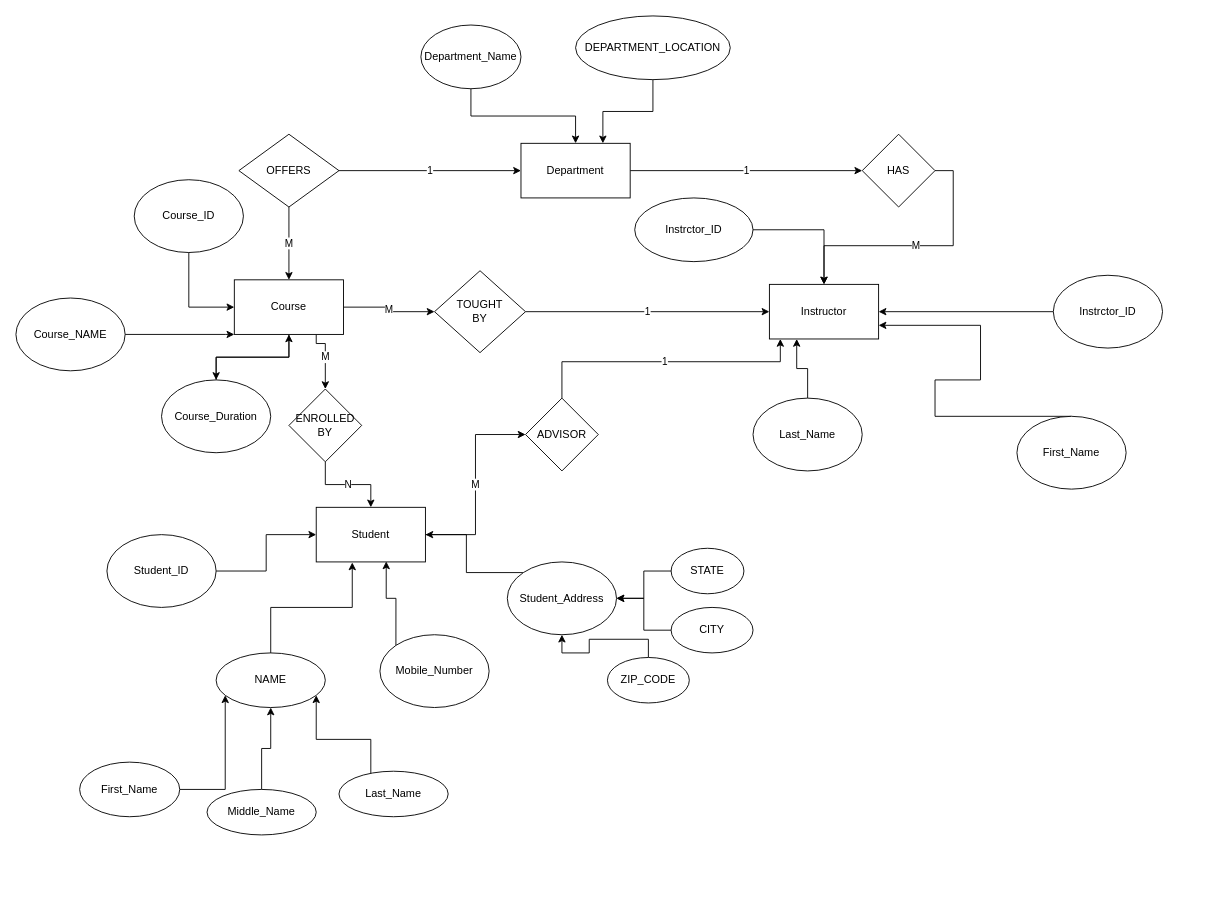
The draw.io diagram Untitled Diagram.drawio in vaibhav31s/lecture0, before the edit. Source tidied: cells renumbered, new cells numbered last; positions are measured from the earlier drawing's top-left corner, leaving out a move shared by most shapes. Both pictures are drawn from the tidied source at 91%, with x=0, y=0 at pixel (15, 15).
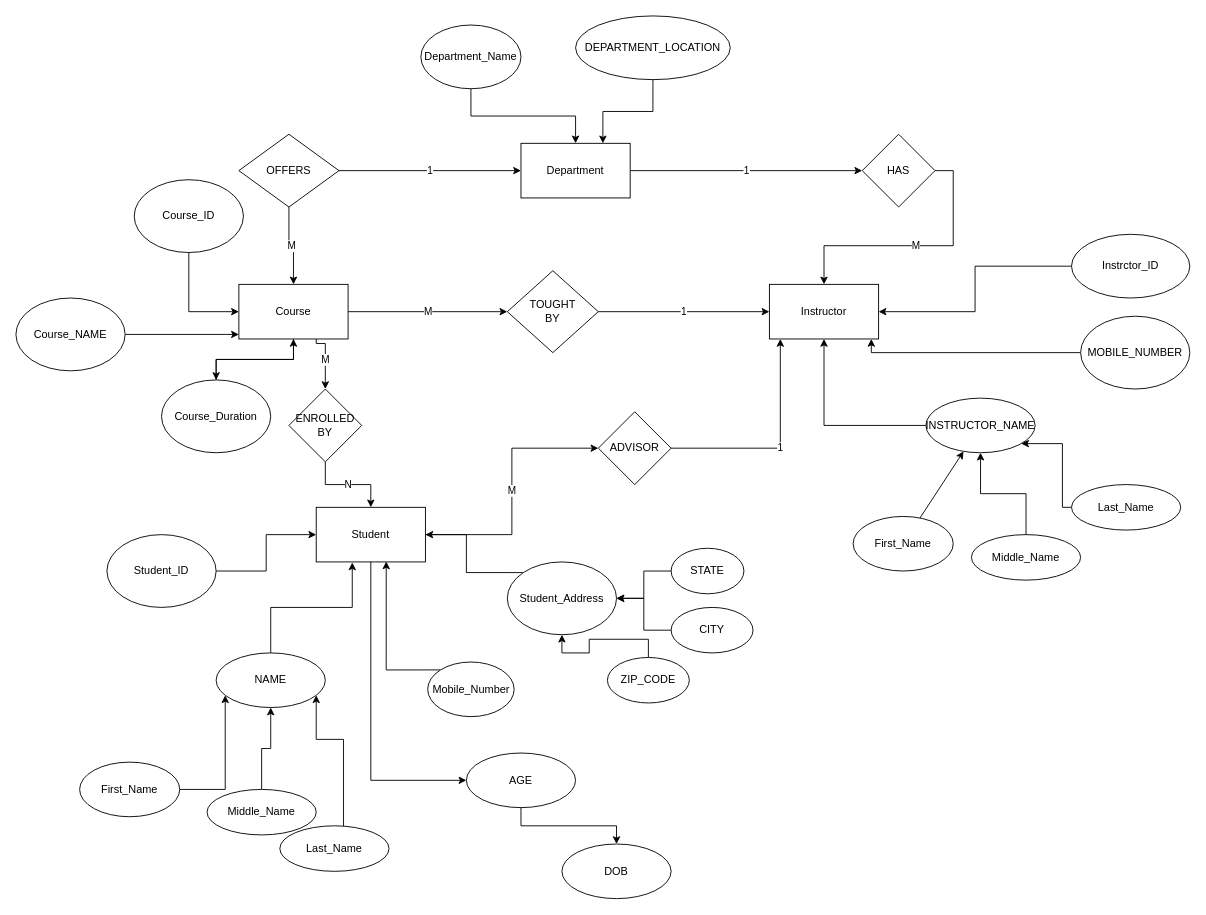
Above is the later version.

Commit message:
college_managment_system

Unchanged cells that the change refers to:
```xml
<mxCell id="8" value="Instructor" style="rounded=0;whiteSpace=wrap;html=1;" parent="1" vertex="1">
  <mxGeometry x="828" y="295" width="120" height="60" as="geometry" />
</mxCell>
<mxCell id="10" value="Student" style="rounded=0;whiteSpace=wrap;html=1;" parent="1" vertex="1">
  <mxGeometry x="330" y="540" width="120" height="60" as="geometry" />
</mxCell>
<mxCell id="53" value="NAME" style="ellipse;whiteSpace=wrap;html=1;" parent="1" vertex="1">
  <mxGeometry x="220" y="700" width="120" height="60" as="geometry" />
</mxCell>
```

Diff of the diagram source:
```diff
@@
     <mxCell id="7" value="Course" style="rounded=0;whiteSpace=wrap;html=1;" parent="1" vertex="1">
-      <mxGeometry x="240" y="290" width="120" height="60" as="geometry" />
+      <mxGeometry x="245" y="295" width="120" height="60" as="geometry" />
     </mxCell>
@@
+    <mxCell id="60" style="edgeStyle=orthogonalEdgeStyle;rounded=0;jettySize=auto;html=1;" parent="1" edge="1" source="10" target="62">
+      <mxGeometry relative="1" as="geometry">
+        <Array as="points">
+          <mxPoint x="390" y="840" />
+        </Array>
+      </mxGeometry>
+    </mxCell>
@@
     <mxCell id="22" value="Instrctor_ID" style="ellipse;whiteSpace=wrap;html=1;" parent="1" vertex="1">
-      <mxGeometry x="680" y="200" width="130" height="70" as="geometry" />
+      <mxGeometry x="1160" y="240" width="130" height="70" as="geometry" />
     </mxCell>
     <mxCell id="23" style="edgeStyle=orthogonalEdgeStyle;rounded=0;jettySize=auto;html=1;" parent="1" edge="1" source="24" target="8">
-      <mxGeometry relative="1" as="geometry" />
+      <mxGeometry relative="1" as="geometry">
+        <Array as="points">
+          <mxPoint x="940" y="370" />
+        </Array>
+      </mxGeometry>
     </mxCell>
-    <mxCell id="24" value="Instrctor_ID" style="ellipse;whiteSpace=wrap;html=1;" parent="1" vertex="1">
-      <mxGeometry x="1140" y="285" width="120" height="80" as="geometry" />
+    <mxCell id="24" value="MOBILE_NUMBER" style="ellipse;whiteSpace=wrap;html=1;" parent="1" vertex="1">
+      <mxGeometry x="1170" y="330" width="120" height="80" as="geometry" />
     </mxCell>
-    <mxCell id="25" style="edgeStyle=orthogonalEdgeStyle;rounded=0;jettySize=auto;html=1;exitX=0.5;exitY=0;exitDx=0;exitDy=0;" parent="1" edge="1" source="26" target="8">
-      <mxGeometry relative="1" as="geometry">
-        <Array as="points">
-          <mxPoint x="1010" y="400" />
-          <mxPoint x="1060" y="400" />
-          <mxPoint x="1060" y="340" />
-        </Array>
-      </mxGeometry>
-    </mxCell>
-    <mxCell id="26" value="First_Name" style="ellipse;whiteSpace=wrap;html=1;" parent="1" vertex="1">
-      <mxGeometry x="1100" y="440" width="120" height="80" as="geometry" />
-    </mxCell>
-    <mxCell id="27" style="edgeStyle=orthogonalEdgeStyle;rounded=0;jettySize=auto;html=1;exitX=0.5;exitY=0;exitDx=0;exitDy=0;entryX=0.25;entryY=1;entryDx=0;entryDy=0;" parent="1" edge="1" source="28" target="8">
-      <mxGeometry relative="1" as="geometry" />
-    </mxCell>
-    <mxCell id="28" value="Last_Name" style="ellipse;whiteSpace=wrap;html=1;" parent="1" vertex="1">
-      <mxGeometry x="810" y="420" width="120" height="80" as="geometry" />
-    </mxCell>
@@
     <mxCell id="34" value="Mobile_Number" style="ellipse;whiteSpace=wrap;html=1;" parent="1" vertex="1">
-      <mxGeometry x="400" y="680" width="120" height="80" as="geometry" />
+      <mxGeometry x="452.5" y="710" width="95" height="60" as="geometry" />
     </mxCell>
@@
     <mxCell id="37" style="edgeStyle=orthogonalEdgeStyle;rounded=0;jettySize=auto;html=1;" parent="1" edge="1" source="38" target="53">
       <mxGeometry relative="1" as="geometry">
         <Array as="points">
-          <mxPoint x="390" y="795" />
+          <mxPoint x="360" y="795" />
           <mxPoint x="330" y="795" />
         </Array>
       </mxGeometry>
     </mxCell>
     <mxCell id="38" value="Last_Name" style="ellipse;whiteSpace=wrap;html=1;" parent="1" vertex="1">
-      <mxGeometry x="355" y="830" width="120" height="50" as="geometry" />
+      <mxGeometry x="290" y="890" width="120" height="50" as="geometry" />
     </mxCell>
@@
     <mxCell id="43" value="TOUGHT&lt;br&gt;BY" style="rhombus;whiteSpace=wrap;html=1;rounded=0;" parent="1" vertex="1">
-      <mxGeometry x="460" y="280" width="100" height="90" as="geometry" />
+      <mxGeometry x="540" y="280" width="100" height="90" as="geometry" />
     </mxCell>
@@
     <mxCell id="46" value="1" style="edgeStyle=orthogonalEdgeStyle;rounded=0;jettySize=auto;html=1;" parent="1" edge="1" source="47" target="8">
       <mxGeometry relative="1" as="geometry">
         <Array as="points">
-          <mxPoint x="600" y="380" />
-          <mxPoint x="840" y="380" />
+          <mxPoint x="840" y="475" />
         </Array>
       </mxGeometry>
     </mxCell>
     <mxCell id="47" value="ADVISOR" style="rhombus;whiteSpace=wrap;html=1;" parent="1" vertex="1">
-      <mxGeometry x="560" y="420" width="80" height="80" as="geometry" />
+      <mxGeometry x="640" y="435" width="80" height="80" as="geometry" />
     </mxCell>
@@
+    <mxCell id="61" style="edgeStyle=orthogonalEdgeStyle;rounded=0;jettySize=auto;html=1;" parent="1" edge="1" source="62" target="63">
+      <mxGeometry relative="1" as="geometry" />
+    </mxCell>
+    <mxCell id="62" value="AGE" style="ellipse;whiteSpace=wrap;html=1;rounded=0;" parent="1" vertex="1">
+      <mxGeometry x="495" y="810" width="120" height="60" as="geometry" />
+    </mxCell>
+    <mxCell id="63" value="DOB" style="ellipse;whiteSpace=wrap;html=1;rounded=0;" parent="1" vertex="1">
+      <mxGeometry x="600" y="910" width="120" height="60" as="geometry" />
+    </mxCell>
+    <mxCell id="64" style="edgeStyle=orthogonalEdgeStyle;rounded=0;jettySize=auto;html=1;" parent="1" edge="1" source="26" target="67">
+      <mxGeometry relative="1" as="geometry">
+        <Array as="points">
+          <mxPoint x="1010" y="570" />
+          <mxPoint x="1030" y="570" />
+        </Array>
+      </mxGeometry>
+    </mxCell>
+    <mxCell id="26" value="First_Name" style="ellipse;whiteSpace=wrap;html=1;" parent="1" vertex="1">
+      <mxGeometry x="920" y="550" width="110" height="60" as="geometry" />
+    </mxCell>
+    <mxCell id="65" style="edgeStyle=orthogonalEdgeStyle;rounded=0;jettySize=auto;html=1;" parent="1" edge="1" source="28" target="67">
+      <mxGeometry relative="1" as="geometry">
+        <Array as="points">
+          <mxPoint x="1150" y="540" />
+          <mxPoint x="1150" y="470" />
+        </Array>
+      </mxGeometry>
+    </mxCell>
+    <mxCell id="28" value="Last_Name" style="ellipse;whiteSpace=wrap;html=1;" parent="1" vertex="1">
+      <mxGeometry x="1160" y="515" width="120" height="50" as="geometry" />
+    </mxCell>
+    <mxCell id="66" style="edgeStyle=orthogonalEdgeStyle;rounded=0;jettySize=auto;html=1;entryX=0.5;entryY=1;entryDx=0;entryDy=0;" parent="1" edge="1" source="67" target="8">
+      <mxGeometry relative="1" as="geometry" />
+    </mxCell>
+    <mxCell id="67" value="INSTRUCTOR_NAME" style="ellipse;whiteSpace=wrap;html=1;" parent="1" vertex="1">
+      <mxGeometry x="1000" y="420" width="120" height="60" as="geometry" />
+    </mxCell>
+    <mxCell id="68" style="edgeStyle=orthogonalEdgeStyle;rounded=0;jettySize=auto;html=1;entryX=0.5;entryY=1;entryDx=0;entryDy=0;" parent="1" edge="1" source="69" target="67">
+      <mxGeometry relative="1" as="geometry">
+        <Array as="points">
+          <mxPoint x="1110" y="525" />
+          <mxPoint x="1060" y="525" />
+        </Array>
+      </mxGeometry>
+    </mxCell>
+    <mxCell id="69" value="Middle_Name" style="ellipse;whiteSpace=wrap;html=1;" parent="1" vertex="1">
+      <mxGeometry x="1050" y="570" width="120" height="50" as="geometry" />
+    </mxCell>
```
